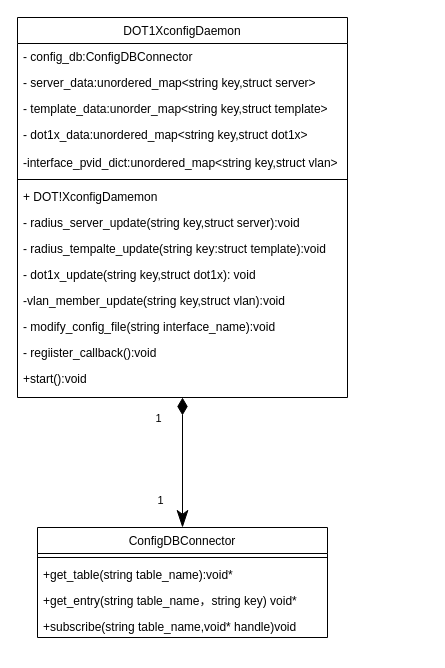
The draw.io diagram dot1xcfgd.drawio in PATORITU/PATORITU, before the edit. Source tidied: cells renumbered, new cells numbered last; positions are measured from the earlier drawing's top-left corner, leaving out a move shared by most shapes. Both pictures are drawn from the tidied source at 100%, with x=0, y=0 at pixel (17, 17).
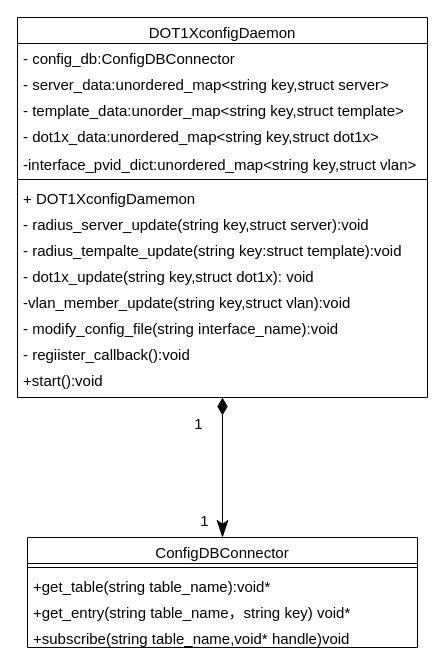
After the change.

What changed in the source:
```diff
@@
-    <mxCell id="2" value="DOT1XconfigDaemon" style="swimlane;fontStyle=0;align=center;verticalAlign=top;horizontal=1;startSize=26;rounded=0;shadow=0;strokeWidth=1;" parent="1" vertex="1">
-      <mxGeometry width="330" height="380" as="geometry" />
+    <mxCell id="2" value="DOT1XconfigDaemon" style="swimlane;fontStyle=0;align=center;verticalAlign=top;horizontal=1;startSize=26;rounded=0;shadow=0;strokeWidth=1;fontSize=15;" parent="1" vertex="1">
+      <mxGeometry width="410" height="380" as="geometry" />
     </mxCell>
-    <mxCell id="3" value="- config_db:ConfigDBConnector" style="text;align=left;verticalAlign=top;spacingLeft=4;spacingRight=4;overflow=hidden;" parent="2" vertex="1">
-      <mxGeometry y="26" width="330" height="26" as="geometry" />
+    <mxCell id="3" value="- config_db:ConfigDBConnector" style="text;align=left;verticalAlign=top;spacingLeft=4;spacingRight=4;overflow=hidden;fontSize=15;" parent="2" vertex="1">
+      <mxGeometry y="26" width="410" height="26" as="geometry" />
     </mxCell>
-    <mxCell id="4" value="- server_data:unordered_map&lt;string key,struct server&gt;" style="text;align=left;verticalAlign=top;spacingLeft=4;spacingRight=4;overflow=hidden;rounded=0;shadow=0;html=0;" parent="2" vertex="1">
-      <mxGeometry y="52" width="330" height="26" as="geometry" />
+    <mxCell id="4" value="- server_data:unordered_map&lt;string key,struct server&gt;" style="text;align=left;verticalAlign=top;spacingLeft=4;spacingRight=4;overflow=hidden;rounded=0;shadow=0;html=0;fontSize=15;" parent="2" vertex="1">
+      <mxGeometry y="52" width="410" height="26" as="geometry" />
     </mxCell>
-    <mxCell id="5" value="- template_data:unorder_map&lt;string key,struct template&gt;" style="text;align=left;verticalAlign=top;spacingLeft=4;spacingRight=4;overflow=hidden;rounded=0;shadow=0;html=0;" parent="2" vertex="1">
-      <mxGeometry y="78" width="330" height="26" as="geometry" />
+    <mxCell id="5" value="- template_data:unorder_map&lt;string key,struct template&gt;" style="text;align=left;verticalAlign=top;spacingLeft=4;spacingRight=4;overflow=hidden;rounded=0;shadow=0;html=0;fontSize=15;" parent="2" vertex="1">
+      <mxGeometry y="78" width="410" height="26" as="geometry" />
     </mxCell>
-    <mxCell id="6" value="- dot1x_data:unordered_map&lt;string key,struct dot1x&gt;" style="text;align=left;verticalAlign=top;spacingLeft=4;spacingRight=4;overflow=hidden;" parent="2" vertex="1">
-      <mxGeometry y="104" width="330" height="28" as="geometry" />
+    <mxCell id="6" value="- dot1x_data:unordered_map&lt;string key,struct dot1x&gt;" style="text;align=left;verticalAlign=top;spacingLeft=4;spacingRight=4;overflow=hidden;fontSize=15;" parent="2" vertex="1">
+      <mxGeometry y="104" width="410" height="28" as="geometry" />
     </mxCell>
-    <mxCell id="7" value="-interface_pvid_dict:unordered_map&lt;string key,struct vlan&gt;" style="text;align=left;verticalAlign=top;spacingLeft=4;spacingRight=4;overflow=hidden;rounded=0;shadow=0;html=0;" parent="2" vertex="1">
-      <mxGeometry y="132" width="330" height="26" as="geometry" />
+    <mxCell id="7" value="-interface_pvid_dict:unordered_map&lt;string key,struct vlan&gt;" style="text;align=left;verticalAlign=top;spacingLeft=4;spacingRight=4;overflow=hidden;rounded=0;shadow=0;html=0;fontSize=15;" parent="2" vertex="1">
+      <mxGeometry y="132" width="410" height="26" as="geometry" />
     </mxCell>
-    <mxCell id="8" style="line;html=1;strokeWidth=1;align=left;verticalAlign=middle;spacingTop=-1;spacingLeft=3;spacingRight=3;labelPosition=right;" parent="2" vertex="1">
-      <mxGeometry y="158" width="330" height="8" as="geometry" />
+    <mxCell id="8" style="line;html=1;strokeWidth=1;align=left;verticalAlign=middle;spacingTop=-1;spacingLeft=3;spacingRight=3;labelPosition=right;fontSize=15;" parent="2" vertex="1">
+      <mxGeometry y="158" width="410" height="8" as="geometry" />
     </mxCell>
-    <mxCell id="9" value="+ DOT!XconfigDamemon" style="text;align=left;verticalAlign=top;spacingLeft=4;spacingRight=4;overflow=hidden;rounded=0;shadow=0;html=0;" parent="2" vertex="1">
-      <mxGeometry y="166" width="330" height="26" as="geometry" />
+    <mxCell id="9" value="+ DOT1XconfigDamemon" style="text;align=left;verticalAlign=top;spacingLeft=4;spacingRight=4;overflow=hidden;rounded=0;shadow=0;html=0;fontSize=15;" parent="2" vertex="1">
+      <mxGeometry y="166" width="410" height="26" as="geometry" />
     </mxCell>
-    <mxCell id="10" value="- radius_server_update(string key,struct server):void" style="text;align=left;verticalAlign=top;spacingLeft=4;spacingRight=4;overflow=hidden;rounded=0;shadow=0;html=0;" parent="2" vertex="1">
-      <mxGeometry y="192" width="330" height="26" as="geometry" />
+    <mxCell id="10" value="- radius_server_update(string key,struct server):void" style="text;align=left;verticalAlign=top;spacingLeft=4;spacingRight=4;overflow=hidden;rounded=0;shadow=0;html=0;fontSize=15;" parent="2" vertex="1">
+      <mxGeometry y="192" width="410" height="26" as="geometry" />
     </mxCell>
-    <mxCell id="11" value="- radius_tempalte_update(string key:struct template):void" style="text;align=left;verticalAlign=top;spacingLeft=4;spacingRight=4;overflow=hidden;rounded=0;shadow=0;html=0;" parent="2" vertex="1">
-      <mxGeometry y="218" width="330" height="26" as="geometry" />
+    <mxCell id="11" value="- radius_tempalte_update(string key:struct template):void" style="text;align=left;verticalAlign=top;spacingLeft=4;spacingRight=4;overflow=hidden;rounded=0;shadow=0;html=0;fontSize=15;" parent="2" vertex="1">
+      <mxGeometry y="218" width="410" height="26" as="geometry" />
     </mxCell>
-    <mxCell id="12" value="- dot1x_update(string key,struct dot1x): void" style="text;align=left;verticalAlign=top;spacingLeft=4;spacingRight=4;overflow=hidden;rounded=0;shadow=0;html=0;" parent="2" vertex="1">
-      <mxGeometry y="244" width="330" height="26" as="geometry" />
+    <mxCell id="12" value="- dot1x_update(string key,struct dot1x): void" style="text;align=left;verticalAlign=top;spacingLeft=4;spacingRight=4;overflow=hidden;rounded=0;shadow=0;html=0;fontSize=15;" parent="2" vertex="1">
+      <mxGeometry y="244" width="410" height="26" as="geometry" />
     </mxCell>
-    <mxCell id="13" value="-vlan_member_update(string key,struct vlan):void" style="text;align=left;verticalAlign=top;spacingLeft=4;spacingRight=4;overflow=hidden;rounded=0;shadow=0;html=0;" parent="2" vertex="1">
-      <mxGeometry y="270" width="330" height="26" as="geometry" />
+    <mxCell id="13" value="-vlan_member_update(string key,struct vlan):void" style="text;align=left;verticalAlign=top;spacingLeft=4;spacingRight=4;overflow=hidden;rounded=0;shadow=0;html=0;fontSize=15;" parent="2" vertex="1">
+      <mxGeometry y="270" width="410" height="26" as="geometry" />
     </mxCell>
-    <mxCell id="14" value="- modify_config_file(string interface_name):void " style="text;align=left;verticalAlign=top;spacingLeft=4;spacingRight=4;overflow=hidden;rounded=0;shadow=0;html=0;" parent="2" vertex="1">
-      <mxGeometry y="296" width="330" height="26" as="geometry" />
+    <mxCell id="14" value="- modify_config_file(string interface_name):void " style="text;align=left;verticalAlign=top;spacingLeft=4;spacingRight=4;overflow=hidden;rounded=0;shadow=0;html=0;fontSize=15;" parent="2" vertex="1">
+      <mxGeometry y="296" width="410" height="26" as="geometry" />
     </mxCell>
-    <mxCell id="15" value="- regiister_callback():void" style="text;align=left;verticalAlign=top;spacingLeft=4;spacingRight=4;overflow=hidden;rounded=0;shadow=0;html=0;" parent="2" vertex="1">
-      <mxGeometry y="322" width="330" height="26" as="geometry" />
+    <mxCell id="15" value="- regiister_callback():void" style="text;align=left;verticalAlign=top;spacingLeft=4;spacingRight=4;overflow=hidden;rounded=0;shadow=0;html=0;fontSize=15;" parent="2" vertex="1">
+      <mxGeometry y="322" width="410" height="26" as="geometry" />
     </mxCell>
-    <mxCell id="16" value="ConfigDBConnector" style="swimlane;fontStyle=0;align=center;verticalAlign=top;horizontal=1;startSize=26;rounded=0;shadow=0;strokeWidth=1;" parent="1" vertex="1">
-      <mxGeometry x="20" y="510" width="290" height="110" as="geometry" />
+    <mxCell id="16" value="ConfigDBConnector" style="swimlane;fontStyle=0;align=center;verticalAlign=top;horizontal=1;startSize=26;rounded=0;shadow=0;strokeWidth=1;fontSize=15;" parent="1" vertex="1">
+      <mxGeometry x="10" y="520" width="390" height="110" as="geometry" />
     </mxCell>
-    <mxCell id="17" style="line;html=1;strokeWidth=1;align=left;verticalAlign=middle;spacingTop=-1;spacingLeft=3;spacingRight=3;labelPosition=right;" parent="16" vertex="1">
-      <mxGeometry y="26" width="290" height="8" as="geometry" />
+    <mxCell id="17" style="line;html=1;strokeWidth=1;align=left;verticalAlign=middle;spacingTop=-1;spacingLeft=3;spacingRight=3;labelPosition=right;fontSize=15;" parent="16" vertex="1">
+      <mxGeometry y="26" width="390" height="8" as="geometry" />
     </mxCell>
-    <mxCell id="18" value="+get_table(string table_name):void*" style="text;align=left;verticalAlign=top;spacingLeft=4;spacingRight=4;overflow=hidden;" parent="16" vertex="1">
-      <mxGeometry y="34" width="290" height="26" as="geometry" />
+    <mxCell id="18" value="+get_table(string table_name):void*" style="text;align=left;verticalAlign=top;spacingLeft=4;spacingRight=4;overflow=hidden;fontSize=15;" parent="16" vertex="1">
+      <mxGeometry y="34" width="390" height="26" as="geometry" />
     </mxCell>
-    <mxCell id="19" value="+get_entry(string table_name，string key) void*" style="text;align=left;verticalAlign=top;spacingLeft=4;spacingRight=4;overflow=hidden;rounded=0;shadow=0;html=0;" parent="16" vertex="1">
-      <mxGeometry y="60" width="290" height="26" as="geometry" />
+    <mxCell id="19" value="+get_entry(string table_name，string key) void*" style="text;align=left;verticalAlign=top;spacingLeft=4;spacingRight=4;overflow=hidden;rounded=0;shadow=0;html=0;fontSize=15;" parent="16" vertex="1">
+      <mxGeometry y="60" width="390" height="26" as="geometry" />
     </mxCell>
-    <mxCell id="20" value="+subscribe(string table_name,void* handle)void" style="text;align=left;verticalAlign=top;spacingLeft=4;spacingRight=4;overflow=hidden;rounded=0;shadow=0;html=0;" parent="16" vertex="1">
-      <mxGeometry y="86" width="290" height="24" as="geometry" />
+    <mxCell id="20" value="+subscribe(string table_name,void* handle)void" style="text;align=left;verticalAlign=top;spacingLeft=4;spacingRight=4;overflow=hidden;rounded=0;shadow=0;html=0;fontSize=15;" parent="16" vertex="1">
+      <mxGeometry y="86" width="390" height="24" as="geometry" />
     </mxCell>
-    <mxCell id="21" value="+start():void" style="text;align=left;verticalAlign=top;spacingLeft=4;spacingRight=4;overflow=hidden;rounded=0;shadow=0;html=0;" parent="1" vertex="1">
+    <mxCell id="21" value="+start():void" style="text;align=left;verticalAlign=top;spacingLeft=4;spacingRight=4;overflow=hidden;rounded=0;shadow=0;html=0;fontSize=15;" parent="1" vertex="1">
       <mxGeometry y="348" width="330" height="26" as="geometry" />
     </mxCell>
-    <mxCell id="22" style="endArrow=diamondThin;html=1;rounded=0;exitX=0.5;exitY=0;exitDx=0;exitDy=0;entryX=0.5;entryY=1;entryDx=0;entryDy=0;endFill=1;startArrow=classicThin;startFill=1;endSize=15;startSize=15;" parent="1" edge="1" source="16" target="2">
+    <mxCell id="22" style="endArrow=diamondThin;html=1;rounded=0;exitX=0.5;exitY=0;exitDx=0;exitDy=0;entryX=0.5;entryY=1;entryDx=0;entryDy=0;endFill=1;startArrow=classicThin;startFill=1;endSize=15;startSize=15;fontSize=15;" parent="1" edge="1" source="16" target="2">
       <mxGeometry relative="1" as="geometry" />
     </mxCell>
-    <mxCell id="23" value="1" style="edgeLabel;html=1;align=center;verticalAlign=middle;" parent="22" vertex="1">
+    <mxCell id="23" value="1" style="edgeLabel;html=1;align=center;verticalAlign=middle;fontSize=15;" parent="22" vertex="1">
       <mxGeometry x="0.03" y="-3" relative="1" as="geometry">
         <mxPoint x="-28" y="-43" as="offset" />
       </mxGeometry>
     </mxCell>
-    <mxCell id="24" value="1" style="edgeLabel;html=1;align=center;verticalAlign=middle;" parent="1" vertex="1">
-      <mxGeometry x="150" y="410" as="geometry">
+    <mxCell id="24" value="1" style="edgeLabel;html=1;align=center;verticalAlign=middle;fontSize=15;" parent="1" vertex="1">
+      <mxGeometry x="194" y="430" as="geometry">
         <mxPoint x="-8" y="72" as="offset" />
       </mxGeometry>
     </mxCell>
```
